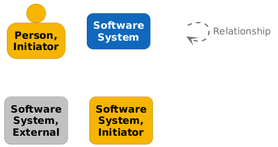
EvgenijKobzar/sa-otus keeps this PlantUML diagram as docs/architecture/diagrams/structurizr-SystemContext-001-key.png. Above is the earlier version.
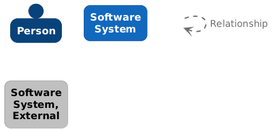
After the change.

Diff of the diagram source:
```diff
@@ -17,11 +17,11 @@
 }
 
 skinparam person<<1>> {
-  BackgroundColor #f4b400
-  FontColor #000000
-  BorderColor #aa7d00
+  BackgroundColor #08427b
+  FontColor #ffffff
+  BorderColor #052e56
 }
-person "==Person, Initiator" <<1>>
+person "==Person" <<1>>
 
 skinparam rectangle<<2>> {
   BackgroundColor #1168bd
@@ -39,16 +39,8 @@
 }
 rectangle "==Software System, External" <<3>>
 
-skinparam rectangle<<4>> {
-  BackgroundColor #f4b400
-  FontColor #000000
-  BorderColor #aa7d00
-  roundCorner 20
-}
-rectangle "==Software System, Initiator" <<4>>
-
-rectangle "." <<_transparent>> as 5
-5 .[#707070,thickness=2].> 5 : "<color:#707070>Relationship"
+rectangle "." <<_transparent>> as 4
+4 .[#707070,thickness=2].> 4 : "<color:#707070>Relationship"
 
 
 @enduml
```
